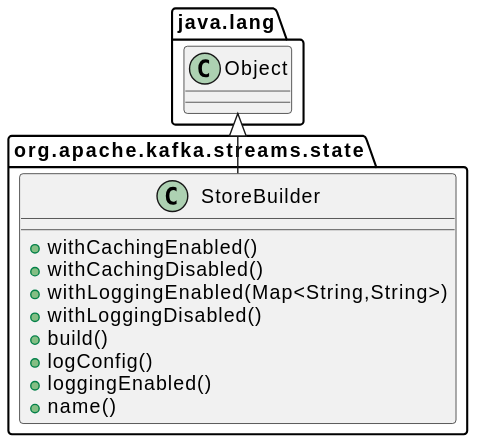
qualitesys/kafka keeps this PlantUML diagram as docs/qc/streams/src/main/java/org/apache/kafka/streams/state/StoreBuilder.java.svg. Above is the earlier version. Source of this version:
```plantuml
@startuml
!pragma layout smetana
java.lang.Object <|-- org.apache.kafka.streams.state.StoreBuilder
class org.apache.kafka.streams.state.StoreBuilder {
+  withCachingEnabled()
+  withCachingDisabled()
+  withLoggingEnabled(Map<String,String>)
+  withLoggingDisabled()
+  build()
+  logConfig()
+  loggingEnabled()
+  name()
}
@enduml
```
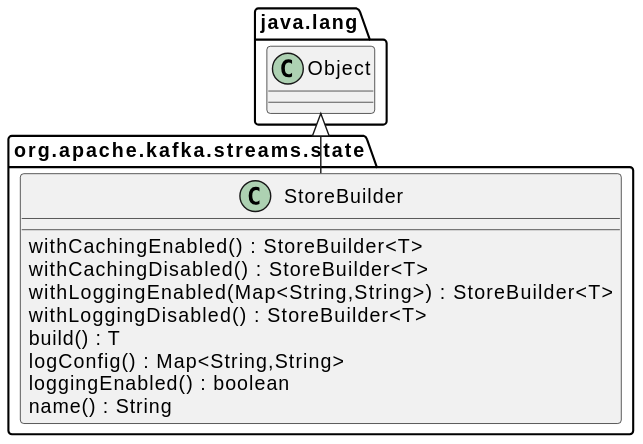
After the change.

What changed in the source:
```diff
@@ -2,13 +2,13 @@
 !pragma layout smetana
 java.lang.Object <|-- org.apache.kafka.streams.state.StoreBuilder
 class org.apache.kafka.streams.state.StoreBuilder {
-+  withCachingEnabled()
-+  withCachingDisabled()
-+  withLoggingEnabled(Map<String,String>)
-+  withLoggingDisabled()
-+  build()
-+  logConfig()
-+  loggingEnabled()
-+  name()
+withCachingEnabled() : StoreBuilder<T> [[[././qc/streams/src/main/java/org/apache/kafka/streams/state/StoreBuilder.java.html#12]]]
+withCachingDisabled() : StoreBuilder<T> [[[././qc/streams/src/main/java/org/apache/kafka/streams/state/StoreBuilder.java.html#15]]]
+withLoggingEnabled(Map<String,String>) : StoreBuilder<T> [[[././qc/streams/src/main/java/org/apache/kafka/streams/state/StoreBuilder.java.html#18]]]
+withLoggingDisabled() : StoreBuilder<T> [[[././qc/streams/src/main/java/org/apache/kafka/streams/state/StoreBuilder.java.html#21]]]
+build() : T [[[././qc/streams/src/main/java/org/apache/kafka/streams/state/StoreBuilder.java.html#24]]]
+logConfig() : Map<String,String> [[[././qc/streams/src/main/java/org/apache/kafka/streams/state/StoreBuilder.java.html#27]]]
+loggingEnabled() : boolean [[[././qc/streams/src/main/java/org/apache/kafka/streams/state/StoreBuilder.java.html#30]]]
+name() : String [[[././qc/streams/src/main/java/org/apache/kafka/streams/state/StoreBuilder.java.html#33]]]
 }
 @enduml
```
